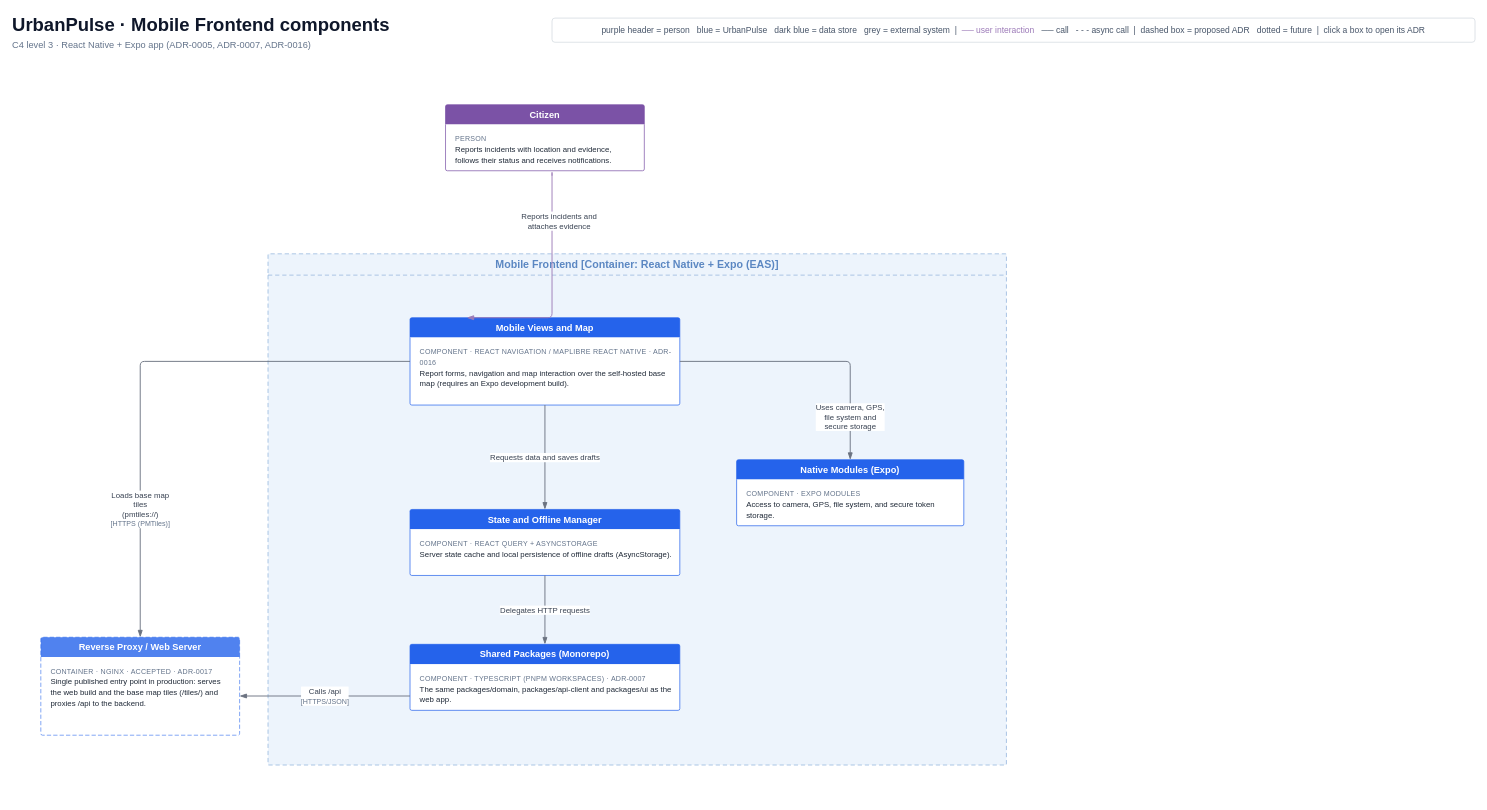
Above: page "5 · Mobile frontend components" (5 of 10) of docs/architecture/UrbanPulse-C4.drawio in Dalibex/urban-incidence-manager (draw.io), before the change. Source tidied: cells renumbered, new cells numbered last; positions are measured from the earlier drawing's top-left corner, leaving out a move shared by most shapes. Both pictures are drawn from the tidied source at 71%, with x=0, y=0 at pixel (12, 12).
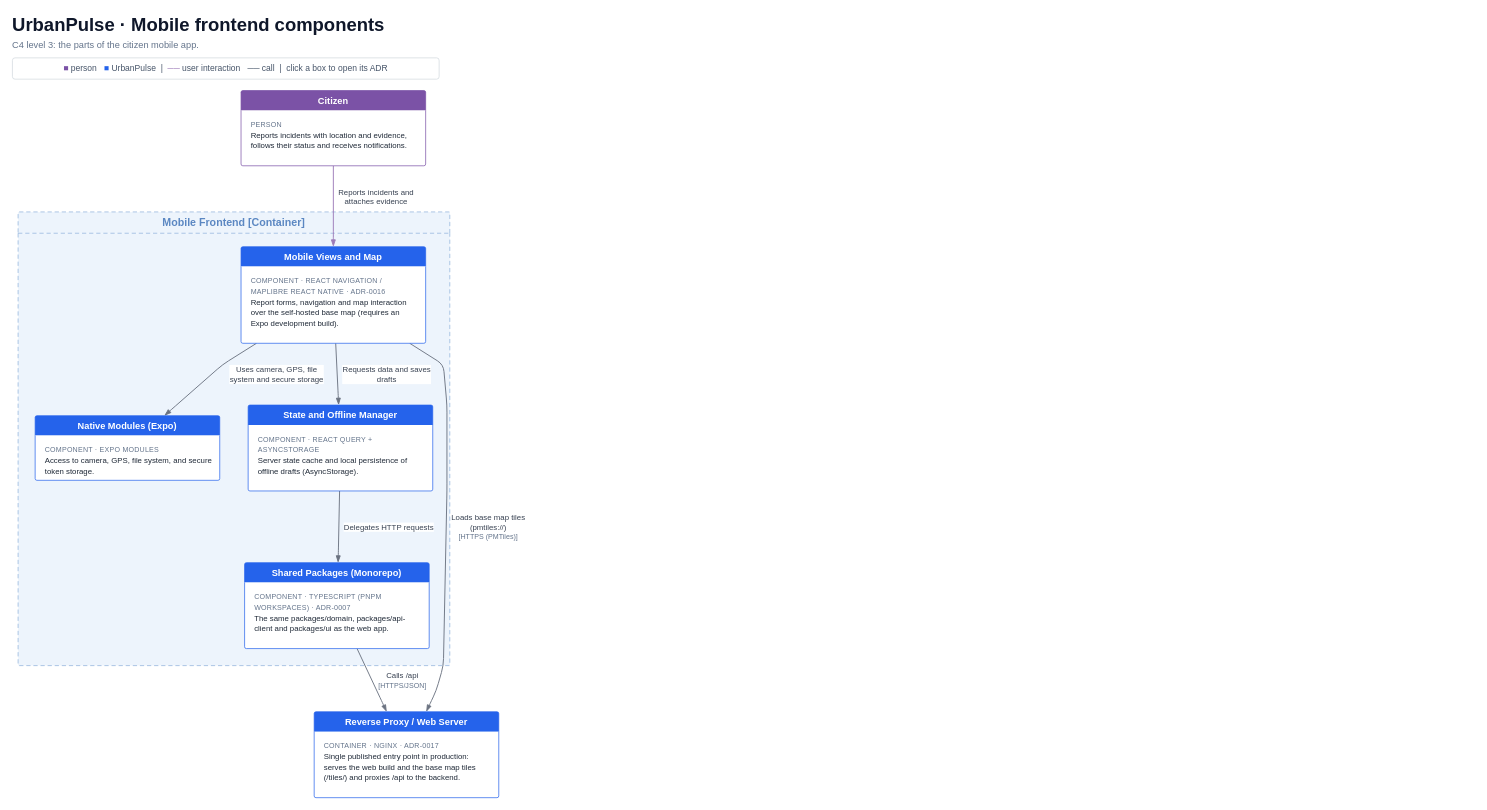
The same diagram, later.

The edit, as a diff of the source:
```diff
@@
-    <mxCell id="2" value="UrbanPulse · Mobile Frontend components" style="text;html=1;whiteSpace=wrap;align=left;verticalAlign=middle;fontFamily=Helvetica;fontSize=26;fontColor=#0F172A;fontStyle=1;spacing=0;" parent="1" vertex="1">
-      <mxGeometry width="900" height="34" as="geometry" />
-    </mxCell>
-    <mxCell id="3" value="C4 level 3 · React Native + Expo app (ADR-0005, ADR-0007, ADR-0016)" style="text;html=1;whiteSpace=wrap;align=left;verticalAlign=middle;fontFamily=Helvetica;fontSize=13;fontColor=#64748B;fontStyle=0;spacing=0;" parent="1" vertex="1">
-      <mxGeometry y="36" width="900" height="20" as="geometry" />
-    </mxCell>
-    <mxCell id="4" value="purple header = person &amp;nbsp; blue = UrbanPulse &amp;nbsp; dark blue = data store &amp;nbsp; grey = external system &amp;nbsp;|&amp;nbsp; &lt;font color='#9C7AB8'&gt;── user interaction&lt;/font&gt; &amp;nbsp; ── call &amp;nbsp; - - - async call &amp;nbsp;|&amp;nbsp; dashed box = proposed ADR &amp;nbsp; dotted = future &amp;nbsp;|&amp;nbsp; click a box to open its ADR" style="rounded=1;arcSize=12;html=1;whiteSpace=wrap;fillColor=#FFFFFF;strokeColor=#D0D7DE;fontFamily=Helvetica;fontSize=12;fontColor=#475569;align=center;verticalAlign=middle;" parent="1" vertex="1">
-      <mxGeometry x="760" y="8" width="1300" height="34" as="geometry" />
-    </mxCell>
+    <mxCell id="24" value="UrbanPulse · Mobile frontend components" style="text;html=1;whiteSpace=wrap;align=left;verticalAlign=middle;fontFamily=Helvetica;fontSize=26;fontColor=#0F172A;fontStyle=1;spacing=0;" parent="1" vertex="1">
+      <mxGeometry width="1100" height="34" as="geometry" />
+    </mxCell>
+    <mxCell id="25" value="C4 level 3: the parts of the citizen mobile app." style="text;html=1;whiteSpace=wrap;align=left;verticalAlign=middle;fontFamily=Helvetica;fontSize=13;fontColor=#64748B;spacing=0;" parent="1" vertex="1">
+      <mxGeometry y="36" width="1100" height="20" as="geometry" />
+    </mxCell>
+    <mxCell id="26" value="&lt;font color=&quot;#7b52a6&quot;&gt;■&lt;/font&gt; person &amp;nbsp; &lt;font color=&quot;#2563eb&quot;&gt;■&lt;/font&gt; UrbanPulse &amp;nbsp;|&amp;nbsp; &lt;font color=&quot;#9C7AB8&quot;&gt;──&lt;/font&gt; user interaction &amp;nbsp; ── call &amp;nbsp;|&amp;nbsp; click a box to open its ADR" style="rounded=1;arcSize=12;html=1;whiteSpace=wrap;fillColor=#FFFFFF;strokeColor=#D0D7DE;fontFamily=Helvetica;fontSize=12;fontColor=#475569;align=center;verticalAlign=middle;" parent="1" vertex="1">
+      <mxGeometry y="64" width="601" height="30" as="geometry" />
+    </mxCell>
+    <mxCell id="27" value="Mobile Frontend  [Container]" style="swimlane;html=1;whiteSpace=wrap;rounded=1;arcSize=1;dashed=1;dashPattern=6 4;startSize=30;fillColor=#EDF4FC;swimlaneFillColor=#EDF4FC;strokeColor=#8DB0DB;fontColor=#5B87C2;fontFamily=Helvetica;fontSize=15;fontStyle=1;" parent="1" vertex="1">
+      <mxGeometry x="8" y="281" width="608" height="639" as="geometry" />
+    </mxCell>
+    <mxCell id="18" value="Reports incidents and&lt;br&gt;attaches evidence" style="edgeStyle=none;rounded=1;arcSize=20;html=1;strokeColor=#9C7AB8;strokeWidth=1.3;endArrow=blockThin;endFill=1;endSize=7;fontFamily=Helvetica;fontSize=11;fontColor=#374151;labelBackgroundColor=#FFFFFF;spacing=2;" parent="1" edge="1" source="5" target="8">
+      <mxGeometry relative="1" as="geometry">
+        <Array as="points">
+          <mxPoint x="452" y="319" />
+        </Array>
+        <mxPoint x="60" y="-13" as="offset" />
+      </mxGeometry>
+    </mxCell>
+    <mxCell id="23" value="Calls /api&lt;br&gt;&lt;font style=&quot;font-size:10px&quot; color=&quot;#64748B&quot;&gt;[HTTPS/JSON]&lt;/font&gt;" style="edgeStyle=none;rounded=1;arcSize=20;html=1;strokeColor=#6b7280;strokeWidth=1.3;endArrow=blockThin;endFill=1;endSize=7;fontFamily=Helvetica;fontSize=11;fontColor=#374151;labelBackgroundColor=#FFFFFF;spacing=2;" parent="1" edge="1" source="14" target="16">
+      <mxGeometry relative="1" as="geometry">
+        <Array as="points">
+          <mxPoint x="522" y="974" />
+        </Array>
+        <mxPoint x="43" y="1" as="offset" />
+      </mxGeometry>
+    </mxCell>
+    <mxCell id="22" value="Loads base map tiles&lt;br&gt;(pmtiles://)&lt;br&gt;&lt;font style=&quot;font-size:10px&quot; color=&quot;#64748B&quot;&gt;[HTTPS (PMTiles)]&lt;/font&gt;" style="edgeStyle=none;rounded=1;arcSize=20;html=1;strokeColor=#6b7280;strokeWidth=1.3;endArrow=blockThin;endFill=1;endSize=7;fontFamily=Helvetica;fontSize=11;fontColor=#374151;labelBackgroundColor=#FFFFFF;spacing=2;" parent="1" edge="1" source="8" target="16">
+      <mxGeometry relative="1" as="geometry">
+        <Array as="points">
+          <mxPoint x="607" y="496" />
+          <mxPoint x="612" y="553" />
+          <mxPoint x="612" y="674" />
+          <mxPoint x="607" y="920" />
+          <mxPoint x="597" y="955" />
+          <mxPoint x="588" y="974" />
+        </Array>
+        <mxPoint x="59" y="10" as="offset" />
+      </mxGeometry>
+    </mxCell>
+    <mxCell id="19" value="Uses camera, GPS, file&lt;br&gt;system and secure storage" style="edgeStyle=none;rounded=1;arcSize=20;html=1;strokeColor=#6b7280;strokeWidth=1.3;endArrow=blockThin;endFill=1;endSize=7;fontFamily=Helvetica;fontSize=11;fontColor=#374151;labelBackgroundColor=#FFFFFF;spacing=2;" parent="1" edge="1" source="8" target="10">
+      <mxGeometry relative="1" as="geometry">
+        <Array as="points">
+          <mxPoint x="296" y="496" />
+          <mxPoint x="222" y="561" />
+        </Array>
+        <mxPoint x="96" y="-4" as="offset" />
+      </mxGeometry>
+    </mxCell>
+    <mxCell id="20" value="Requests data and saves&lt;br&gt;drafts" style="edgeStyle=none;rounded=1;arcSize=20;html=1;strokeColor=#6b7280;strokeWidth=1.3;endArrow=blockThin;endFill=1;endSize=7;fontFamily=Helvetica;fontSize=11;fontColor=#374151;labelBackgroundColor=#FFFFFF;spacing=2;" parent="1" edge="1" source="8" target="12">
+      <mxGeometry relative="1" as="geometry">
+        <Array as="points">
+          <mxPoint x="459" y="542" />
+        </Array>
+        <mxPoint x="70" as="offset" />
+      </mxGeometry>
+    </mxCell>
+    <mxCell id="21" value="Delegates HTTP requests" style="edgeStyle=none;rounded=1;arcSize=20;html=1;strokeColor=#6b7280;strokeWidth=1.3;endArrow=blockThin;endFill=1;endSize=7;fontFamily=Helvetica;fontSize=11;fontColor=#374151;labelBackgroundColor=#FFFFFF;spacing=2;" parent="1" edge="1" source="12" target="14">
+      <mxGeometry relative="1" as="geometry">
+        <Array as="points">
+          <mxPoint x="459" y="763" />
+        </Array>
+        <mxPoint x="70" as="offset" />
+      </mxGeometry>
+    </mxCell>
-    <mxCell id="5" value="Citizen" style="swimlane;html=1;whiteSpace=wrap;rounded=1;arcSize=3;startSize=28;fillColor=#7B52A6;swimlaneFillColor=#FFFFFF;strokeColor=#7B52A6;fontColor=#FFFFFF;fontFamily=Helvetica;fontSize=13;fontStyle=1;swimlaneLine=0;" parent="1" vertex="1">
-      <mxGeometry x="610" y="130" width="280" height="93" as="geometry" />
+    <mxCell id="5" value="Citizen" style="swimlane;html=1;whiteSpace=wrap;rounded=1;arcSize=3;startSize=28;fillColor=#7b52a6;swimlaneFillColor=#FFFFFF;strokeColor=#7b52a6;fontColor=#ffffff;fontFamily=Helvetica;fontSize=13;fontStyle=1;swimlaneLine=0;" parent="1" vertex="1">
+      <mxGeometry x="322" y="110" width="260" height="106" as="geometry" />
     </mxCell>
     <mxCell id="6" value="&lt;div style=&quot;color:#64748B;font-size:10px;line-height:15px;letter-spacing:0.3px;&quot;&gt;PERSON&lt;/div&gt;&lt;div style=&quot;line-height:15px;&quot;&gt;Reports incidents with location and evidence, follows their status and receives notifications.&lt;/div&gt;" style="text;html=1;whiteSpace=wrap;align=left;verticalAlign=top;fontFamily=Helvetica;fontSize=11;fontColor=#1F2937;spacingLeft=12;spacingRight=10;spacingTop=6;" parent="5" vertex="1">
-      <mxGeometry y="28" width="280" height="65" as="geometry" />
+      <mxGeometry y="28" width="260" height="78" as="geometry" />
     </mxCell>
-    <mxCell id="7" value="Mobile Frontend  [Container: React Native + Expo (EAS)]" style="swimlane;html=1;whiteSpace=wrap;rounded=1;arcSize=1;dashed=1;dashPattern=6 4;startSize=30;fillColor=#EDF4FC;swimlaneFillColor=#EDF4FC;strokeColor=#8DB0DB;fontColor=#5B87C2;fontFamily=Helvetica;fontSize=15;fontStyle=1;" parent="1" vertex="1">
-      <mxGeometry x="360" y="340" width="1040" height="720" as="geometry" />
-    </mxCell>
-    <mxCell id="8" value="Mobile Views and Map" style="swimlane;html=1;whiteSpace=wrap;rounded=1;arcSize=3;startSize=28;fillColor=#2563EB;swimlaneFillColor=#FFFFFF;strokeColor=#2563EB;fontColor=#FFFFFF;fontFamily=Helvetica;fontSize=13;fontStyle=1;swimlaneLine=0;" parent="1" vertex="1">
-      <mxGeometry x="560" y="430" width="380" height="123" as="geometry" />
+    <mxCell id="8" value="Mobile Views and Map" style="swimlane;html=1;whiteSpace=wrap;rounded=1;arcSize=3;startSize=28;fillColor=#2563eb;swimlaneFillColor=#FFFFFF;strokeColor=#2563eb;fontColor=#ffffff;fontFamily=Helvetica;fontSize=13;fontStyle=1;swimlaneLine=0;" parent="1" vertex="1">
+      <mxGeometry x="322" y="330" width="260" height="136" as="geometry" />
     </mxCell>
     <mxCell id="9" value="&lt;div style=&quot;color:#64748B;font-size:10px;line-height:15px;letter-spacing:0.3px;&quot;&gt;COMPONENT · REACT NAVIGATION / MAPLIBRE REACT NATIVE · ADR-0016&lt;/div&gt;&lt;div style=&quot;line-height:15px;&quot;&gt;Report forms, navigation and map interaction over the self-hosted base map (requires an Expo development build).&lt;/div&gt;" style="text;html=1;whiteSpace=wrap;align=left;verticalAlign=top;fontFamily=Helvetica;fontSize=11;fontColor=#1F2937;spacingLeft=12;spacingRight=10;spacingTop=6;" parent="8" vertex="1">
-      <mxGeometry y="28" width="380" height="95" as="geometry" />
+      <mxGeometry y="28" width="260" height="108" as="geometry" />
     </mxCell>
-    <mxCell id="10" value="Native Modules (Expo)" style="swimlane;html=1;whiteSpace=wrap;rounded=1;arcSize=3;startSize=28;fillColor=#2563EB;swimlaneFillColor=#FFFFFF;strokeColor=#2563EB;fontColor=#FFFFFF;fontFamily=Helvetica;fontSize=13;fontStyle=1;swimlaneLine=0;" parent="1" vertex="1">
-      <mxGeometry x="1020" y="630" width="320" height="93" as="geometry" />
+    <mxCell id="10" value="Native Modules (Expo)" style="swimlane;html=1;whiteSpace=wrap;rounded=1;arcSize=3;startSize=28;fillColor=#2563eb;swimlaneFillColor=#FFFFFF;strokeColor=#2563eb;fontColor=#ffffff;fontFamily=Helvetica;fontSize=13;fontStyle=1;swimlaneLine=0;" parent="1" vertex="1">
+      <mxGeometry x="32" y="568" width="260" height="91" as="geometry" />
     </mxCell>
     <mxCell id="11" value="&lt;div style=&quot;color:#64748B;font-size:10px;line-height:15px;letter-spacing:0.3px;&quot;&gt;COMPONENT · EXPO MODULES&lt;/div&gt;&lt;div style=&quot;line-height:15px;&quot;&gt;Access to camera, GPS, file system, and secure token storage.&lt;/div&gt;" style="text;html=1;whiteSpace=wrap;align=left;verticalAlign=top;fontFamily=Helvetica;fontSize=11;fontColor=#1F2937;spacingLeft=12;spacingRight=10;spacingTop=6;" parent="10" vertex="1">
-      <mxGeometry y="28" width="320" height="65" as="geometry" />
+      <mxGeometry y="28" width="260" height="63" as="geometry" />
     </mxCell>
-    <mxCell id="12" value="State and Offline Manager" style="swimlane;html=1;whiteSpace=wrap;rounded=1;arcSize=3;startSize=28;fillColor=#2563EB;swimlaneFillColor=#FFFFFF;strokeColor=#2563EB;fontColor=#FFFFFF;fontFamily=Helvetica;fontSize=13;fontStyle=1;swimlaneLine=0;" parent="1" vertex="1">
-      <mxGeometry x="560" y="700" width="380" height="93" as="geometry" />
+    <mxCell id="12" value="State and Offline Manager" style="swimlane;html=1;whiteSpace=wrap;rounded=1;arcSize=3;startSize=28;fillColor=#2563eb;swimlaneFillColor=#FFFFFF;strokeColor=#2563eb;fontColor=#ffffff;fontFamily=Helvetica;fontSize=13;fontStyle=1;swimlaneLine=0;" parent="1" vertex="1">
+      <mxGeometry x="332" y="553" width="260" height="121" as="geometry" />
     </mxCell>
     <mxCell id="13" value="&lt;div style=&quot;color:#64748B;font-size:10px;line-height:15px;letter-spacing:0.3px;&quot;&gt;COMPONENT · REACT QUERY + ASYNCSTORAGE&lt;/div&gt;&lt;div style=&quot;line-height:15px;&quot;&gt;Server state cache and local persistence of offline drafts (AsyncStorage).&lt;/div&gt;" style="text;html=1;whiteSpace=wrap;align=left;verticalAlign=top;fontFamily=Helvetica;fontSize=11;fontColor=#1F2937;spacingLeft=12;spacingRight=10;spacingTop=6;" parent="12" vertex="1">
-      <mxGeometry y="28" width="380" height="65" as="geometry" />
+      <mxGeometry y="28" width="260" height="93" as="geometry" />
     </mxCell>
-    <mxCell id="14" value="Shared Packages (Monorepo)" style="swimlane;html=1;whiteSpace=wrap;rounded=1;arcSize=3;startSize=28;fillColor=#2563EB;swimlaneFillColor=#FFFFFF;strokeColor=#2563EB;fontColor=#FFFFFF;fontFamily=Helvetica;fontSize=13;fontStyle=1;swimlaneLine=0;" parent="1" vertex="1">
-      <mxGeometry x="560" y="890" width="380" height="93" as="geometry" />
+    <mxCell id="14" value="Shared Packages (Monorepo)" style="swimlane;html=1;whiteSpace=wrap;rounded=1;arcSize=3;startSize=28;fillColor=#2563eb;swimlaneFillColor=#FFFFFF;strokeColor=#2563eb;fontColor=#ffffff;fontFamily=Helvetica;fontSize=13;fontStyle=1;swimlaneLine=0;" parent="1" vertex="1">
+      <mxGeometry x="327" y="775" width="260" height="121" as="geometry" />
     </mxCell>
     <mxCell id="15" value="&lt;div style=&quot;color:#64748B;font-size:10px;line-height:15px;letter-spacing:0.3px;&quot;&gt;COMPONENT · TYPESCRIPT (PNPM WORKSPACES) · ADR-0007&lt;/div&gt;&lt;div style=&quot;line-height:15px;&quot;&gt;The same packages/domain, packages/api-client and packages/ui as the web app.&lt;/div&gt;" style="text;html=1;whiteSpace=wrap;align=left;verticalAlign=top;fontFamily=Helvetica;fontSize=11;fontColor=#1F2937;spacingLeft=12;spacingRight=10;spacingTop=6;" parent="14" vertex="1">
-      <mxGeometry y="28" width="380" height="65" as="geometry" />
+      <mxGeometry y="28" width="260" height="93" as="geometry" />
     </mxCell>
-    <mxCell id="16" value="Reverse Proxy / Web Server" style="swimlane;html=1;whiteSpace=wrap;rounded=1;arcSize=3;startSize=28;fillColor=#2563EB;swimlaneFillColor=#FFFFFF;strokeColor=#2563EB;fontColor=#FFFFFF;fontFamily=Helvetica;fontSize=13;fontStyle=1;swimlaneLine=0;dashed=1;dashPattern=6 3;opacity=80;" parent="1" vertex="1">
-      <mxGeometry x="40" y="880" width="280" height="138" as="geometry" />
+    <mxCell id="16" value="Reverse Proxy / Web Server" style="swimlane;html=1;whiteSpace=wrap;rounded=1;arcSize=3;startSize=28;fillColor=#2563eb;swimlaneFillColor=#FFFFFF;strokeColor=#2563eb;fontColor=#ffffff;fontFamily=Helvetica;fontSize=13;fontStyle=1;swimlaneLine=0;" parent="1" vertex="1">
+      <mxGeometry x="425" y="985" width="260" height="121" as="geometry" />
     </mxCell>
-    <mxCell id="17" value="&lt;div style=&quot;color:#64748B;font-size:10px;line-height:15px;letter-spacing:0.3px;&quot;&gt;CONTAINER · NGINX · ACCEPTED · ADR-0017&lt;/div&gt;&lt;div style=&quot;line-height:15px;&quot;&gt;Single published entry point in production: serves the web build and the base map tiles (/tiles/) and proxies /api to the backend.&lt;/div&gt;" style="text;html=1;whiteSpace=wrap;align=left;verticalAlign=top;fontFamily=Helvetica;fontSize=11;fontColor=#1F2937;spacingLeft=12;spacingRight=10;spacingTop=6;opacity=80;" parent="16" vertex="1">
-      <mxGeometry y="28" width="280" height="110" as="geometry" />
-    </mxCell>
-    <mxCell id="18" value="Reports incidents and&lt;br&gt;attaches evidence" style="edgeStyle=orthogonalEdgeStyle;rounded=1;arcSize=12;html=1;jettySize=auto;strokeColor=#9C7AB8;strokeWidth=1.3;endArrow=blockThin;endFill=1;endSize=7;jumpStyle=arc;jumpSize=10;entryX=0.2105;entryY=0;entryDx=0;entryDy=0;fontFamily=Helvetica;fontSize=11;fontColor=#374151;labelBackgroundColor=#FFFFFF;labelBorderColor=none;spacing=2;" parent="1" edge="1" target="8">
-      <mxGeometry x="-0.53" y="10" relative="1" as="geometry">
-        <mxPoint x="760" y="230" as="sourcePoint" />
-        <Array as="points">
-          <mxPoint x="760" y="223" />
-          <mxPoint x="760" y="430" />
-        </Array>
-      </mxGeometry>
-    </mxCell>
-    <mxCell id="19" value="Uses camera, GPS,&lt;br&gt;file system and&lt;br&gt;secure storage" style="edgeStyle=orthogonalEdgeStyle;rounded=1;arcSize=12;html=1;jettySize=auto;strokeColor=#6B7280;strokeWidth=1.3;endArrow=blockThin;endFill=1;endSize=7;jumpStyle=arc;jumpSize=10;exitX=1;exitY=0.5;exitDx=0;exitDy=0;entryX=0.5;entryY=0;entryDx=0;entryDy=0;fontFamily=Helvetica;fontSize=11;fontColor=#374151;labelBackgroundColor=#FFFFFF;labelBorderColor=none;spacing=2;" parent="1" edge="1" source="8" target="10">
-      <mxGeometry x="0.68" relative="1" as="geometry">
-        <Array as="points">
-          <mxPoint x="1180" y="491.5" />
-        </Array>
-      </mxGeometry>
-    </mxCell>
-    <mxCell id="20" value="Requests data and saves drafts" style="edgeStyle=orthogonalEdgeStyle;rounded=1;arcSize=12;html=1;jettySize=auto;strokeColor=#6B7280;strokeWidth=1.3;endArrow=blockThin;endFill=1;endSize=7;jumpStyle=arc;jumpSize=10;fontFamily=Helvetica;fontSize=11;fontColor=#374151;labelBackgroundColor=#FFFFFF;labelBorderColor=none;spacing=2;" parent="1" edge="1" source="8" target="12">
-      <mxGeometry relative="1" as="geometry" />
-    </mxCell>
-    <mxCell id="21" value="Delegates HTTP requests" style="edgeStyle=orthogonalEdgeStyle;rounded=1;arcSize=12;html=1;jettySize=auto;strokeColor=#6B7280;strokeWidth=1.3;endArrow=blockThin;endFill=1;endSize=7;jumpStyle=arc;jumpSize=10;fontFamily=Helvetica;fontSize=11;fontColor=#374151;labelBackgroundColor=#FFFFFF;labelBorderColor=none;spacing=2;" parent="1" edge="1" source="12" target="14">
-      <mxGeometry relative="1" as="geometry" />
-    </mxCell>
-    <mxCell id="22" value="Loads base map&lt;br&gt;tiles&lt;br&gt;(pmtiles://)&lt;br&gt;&lt;span style=&quot;color:#64748B;font-size:10px;&quot;&gt;[HTTPS (PMTiles)]&lt;/span&gt;" style="edgeStyle=orthogonalEdgeStyle;rounded=1;arcSize=12;html=1;jettySize=auto;strokeColor=#6B7280;strokeWidth=1.3;endArrow=blockThin;endFill=1;endSize=7;jumpStyle=arc;jumpSize=10;exitX=0;exitY=0.5;exitDx=0;exitDy=0;entryX=0.5;entryY=0;entryDx=0;entryDy=0;fontFamily=Helvetica;fontSize=11;fontColor=#374151;labelBackgroundColor=#FFFFFF;labelBorderColor=none;spacing=2;" parent="1" edge="1" source="8" target="16">
-      <mxGeometry x="0.53" relative="1" as="geometry">
-        <Array as="points">
-          <mxPoint x="180" y="491.5" />
-        </Array>
-      </mxGeometry>
-    </mxCell>
-    <mxCell id="23" value="Calls /api&lt;br&gt;&lt;span style=&quot;color:#64748B;font-size:10px;&quot;&gt;[HTTPS/JSON]&lt;/span&gt;" style="edgeStyle=orthogonalEdgeStyle;rounded=1;arcSize=12;html=1;jettySize=auto;strokeColor=#6B7280;strokeWidth=1.3;endArrow=blockThin;endFill=1;endSize=7;jumpStyle=arc;jumpSize=10;exitX=0;exitY=0.7828;exitDx=0;exitDy=0;entryX=1;entryY=0.6;entryDx=0;entryDy=0;fontFamily=Helvetica;fontSize=11;fontColor=#374151;labelBackgroundColor=#FFFFFF;labelBorderColor=none;spacing=2;" parent="1" edge="1" source="14" target="16">
-      <mxGeometry relative="1" as="geometry" />
-    </mxCell>
+    <mxCell id="28" value="&lt;div style=&quot;color:#64748B;font-size:10px;line-height:15px;letter-spacing:0.3px;&quot;&gt;CONTAINER · NGINX · ADR-0017&lt;/div&gt;&lt;div style=&quot;line-height:15px;&quot;&gt;Single published entry point in production: serves the web build and the base map tiles (/tiles/) and proxies /api to the backend.&lt;/div&gt;" style="text;html=1;whiteSpace=wrap;align=left;verticalAlign=top;fontFamily=Helvetica;fontSize=11;fontColor=#1F2937;spacingLeft=12;spacingRight=10;spacingTop=6;" parent="16" vertex="1">
+      <mxGeometry y="28" width="260" height="93" as="geometry" />
+    </mxCell>
```
